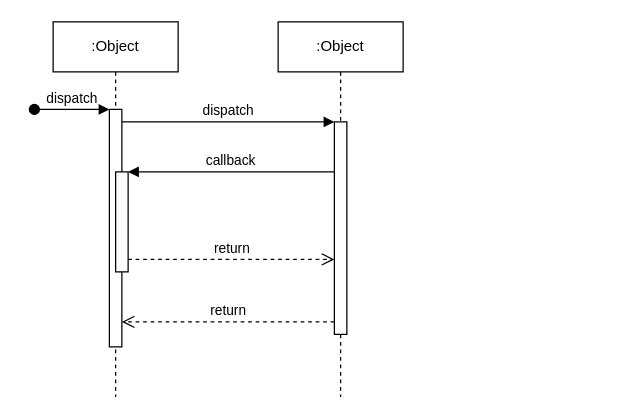
Earlier version of the draw.io diagram persuratan.drawio (sheillendra/arsip-surat). Source tidied: cells renumbered, new cells numbered last; positions are measured from the earlier drawing's top-left corner, leaving out a move shared by most shapes. Both pictures are drawn from the tidied source at 125%, with x=0, y=0 at pixel (34, 21).
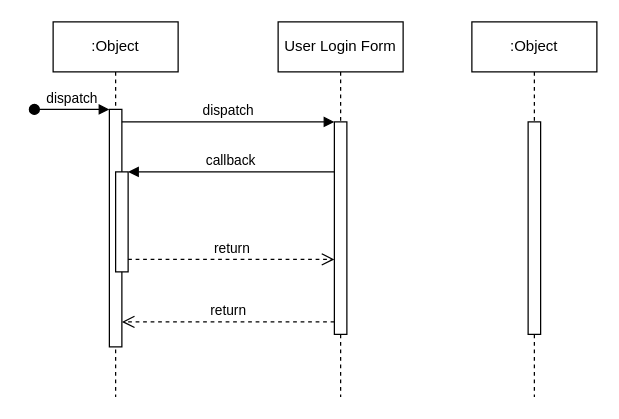
The same diagram, later.

The edit, as a diff of the source:
```diff
@@
 <mxGraphModel>
   <root>
     <mxCell id="0" />
     <mxCell id="1" parent="0" />
     <mxCell id="2" value=":Object" style="shape=umlLifeline;perimeter=lifelinePerimeter;whiteSpace=wrap;html=1;newEdgeStyle={&quot;edgeStyle&quot;:&quot;elbowEdgeStyle&quot;,&quot;elbow&quot;:&quot;vertical&quot;,&quot;curved&quot;:0,&quot;rounded&quot;:0};" parent="1" vertex="1">
       <mxGeometry x="15" width="100" height="300" as="geometry" />
     </mxCell>
     <mxCell id="3" style="html=1;points=[];perimeter=orthogonalPerimeter;outlineConnect=0;targetShapes=umlLifeline;portConstraint=eastwest;newEdgeStyle={&quot;edgeStyle&quot;:&quot;elbowEdgeStyle&quot;,&quot;elbow&quot;:&quot;vertical&quot;,&quot;curved&quot;:0,&quot;rounded&quot;:0};" parent="2" vertex="1">
       <mxGeometry x="45" y="70" width="10" height="190" as="geometry" />
     </mxCell>
     <mxCell id="4" value="dispatch" style="html=1;verticalAlign=bottom;startArrow=oval;endArrow=block;startSize=8;edgeStyle=elbowEdgeStyle;elbow=vertical;curved=0;rounded=0;" parent="2" edge="1" target="3">
       <mxGeometry relative="1" as="geometry">
         <mxPoint x="-15" y="70" as="sourcePoint" />
       </mxGeometry>
     </mxCell>
     <mxCell id="5" style="html=1;points=[];perimeter=orthogonalPerimeter;outlineConnect=0;targetShapes=umlLifeline;portConstraint=eastwest;newEdgeStyle={&quot;edgeStyle&quot;:&quot;elbowEdgeStyle&quot;,&quot;elbow&quot;:&quot;vertical&quot;,&quot;curved&quot;:0,&quot;rounded&quot;:0};" parent="2" vertex="1">
       <mxGeometry x="50" y="120" width="10" height="80" as="geometry" />
     </mxCell>
-    <mxCell id="6" value=":Object" style="shape=umlLifeline;perimeter=lifelinePerimeter;whiteSpace=wrap;html=1;newEdgeStyle={&quot;edgeStyle&quot;:&quot;elbowEdgeStyle&quot;,&quot;elbow&quot;:&quot;vertical&quot;,&quot;curved&quot;:0,&quot;rounded&quot;:0};" parent="1" vertex="1">
+    <mxCell id="6" value="User Login Form" style="shape=umlLifeline;perimeter=lifelinePerimeter;whiteSpace=wrap;html=1;newEdgeStyle={&quot;edgeStyle&quot;:&quot;elbowEdgeStyle&quot;,&quot;elbow&quot;:&quot;vertical&quot;,&quot;curved&quot;:0,&quot;rounded&quot;:0};" parent="1" vertex="1">
       <mxGeometry x="195" width="100" height="300" as="geometry" />
     </mxCell>
     <mxCell id="7" style="html=1;points=[];perimeter=orthogonalPerimeter;outlineConnect=0;targetShapes=umlLifeline;portConstraint=eastwest;newEdgeStyle={&quot;edgeStyle&quot;:&quot;elbowEdgeStyle&quot;,&quot;elbow&quot;:&quot;vertical&quot;,&quot;curved&quot;:0,&quot;rounded&quot;:0};" parent="6" vertex="1">
       <mxGeometry x="45" y="80" width="10" height="170" as="geometry" />
     </mxCell>
     <mxCell id="8" value="dispatch" style="html=1;verticalAlign=bottom;endArrow=block;edgeStyle=elbowEdgeStyle;elbow=vertical;curved=0;rounded=0;" parent="1" edge="1" source="3" target="7">
       <mxGeometry relative="1" as="geometry">
         <Array as="points">
           <mxPoint x="155" y="80" />
         </Array>
       </mxGeometry>
     </mxCell>
     <mxCell id="9" value="return" style="html=1;verticalAlign=bottom;endArrow=open;dashed=1;endSize=8;edgeStyle=elbowEdgeStyle;elbow=vertical;curved=0;rounded=0;" parent="1" edge="1" source="7" target="3">
       <mxGeometry relative="1" as="geometry">
         <Array as="points">
           <mxPoint x="165" y="240" />
         </Array>
       </mxGeometry>
     </mxCell>
     <mxCell id="10" value="callback" style="html=1;verticalAlign=bottom;endArrow=block;edgeStyle=elbowEdgeStyle;elbow=vertical;curved=0;rounded=0;" parent="1" edge="1" source="7" target="5">
       <mxGeometry relative="1" as="geometry">
         <Array as="points">
           <mxPoint x="165" y="120" />
         </Array>
       </mxGeometry>
     </mxCell>
     <mxCell id="11" value="return" style="html=1;verticalAlign=bottom;endArrow=open;dashed=1;endSize=8;edgeStyle=elbowEdgeStyle;elbow=vertical;curved=0;rounded=0;" parent="1" edge="1" source="5" target="7">
       <mxGeometry relative="1" as="geometry">
         <Array as="points">
           <mxPoint x="155" y="190" />
         </Array>
       </mxGeometry>
     </mxCell>
+    <mxCell id="12" value=":Object" style="shape=umlLifeline;perimeter=lifelinePerimeter;whiteSpace=wrap;html=1;newEdgeStyle={&quot;edgeStyle&quot;:&quot;elbowEdgeStyle&quot;,&quot;elbow&quot;:&quot;vertical&quot;,&quot;curved&quot;:0,&quot;rounded&quot;:0};" parent="1" vertex="1">
+      <mxGeometry x="350" width="100" height="300" as="geometry" />
+    </mxCell>
+    <mxCell id="13" style="html=1;perimeter=orthogonalPerimeter;targetShapes=umlLifeline;newEdgeStyle={&quot;edgeStyle&quot;:&quot;elbowEdgeStyle&quot;,&quot;elbow&quot;:&quot;vertical&quot;,&quot;curved&quot;:0,&quot;rounded&quot;:0};" parent="12" vertex="1">
+      <mxGeometry x="45" y="80" width="10" height="170" as="geometry" />
+    </mxCell>
   </root>
 </mxGraphModel>
```
